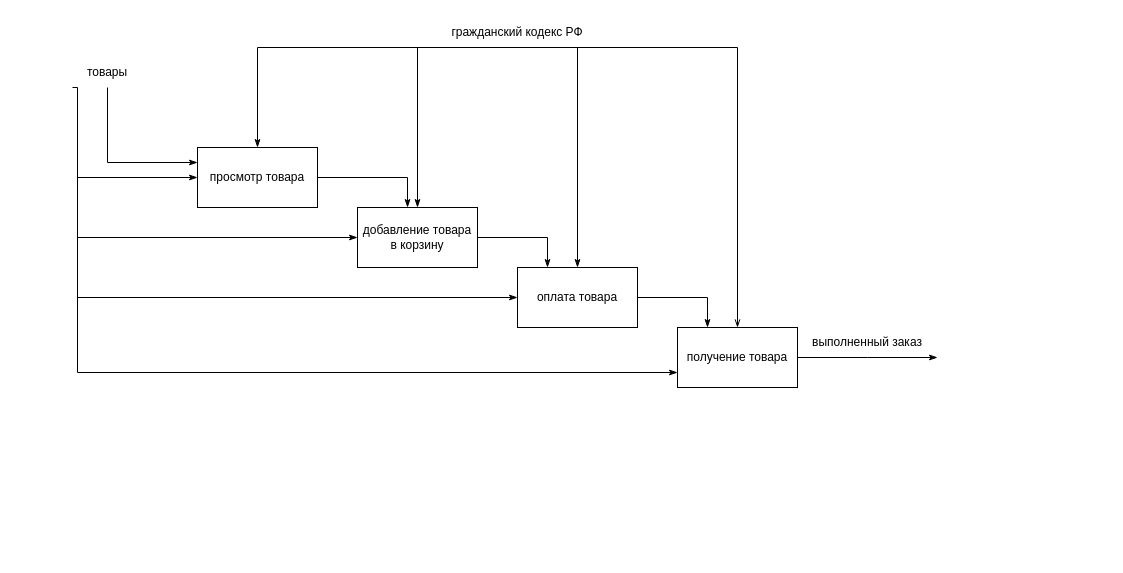
ValeriaLebedeva/IIDEFOpredmetnayaobl2 keeps this draw.io diagram as Диаграмма без названия.drawio. Above is the earlier version. Source tidied: cells renumbered, new cells numbered last; positions are measured from the earlier drawing's top-left corner, leaving out a move shared by most shapes. Both pictures are drawn from the tidied source at 100%, with x=0, y=0 at pixel (37, 17).
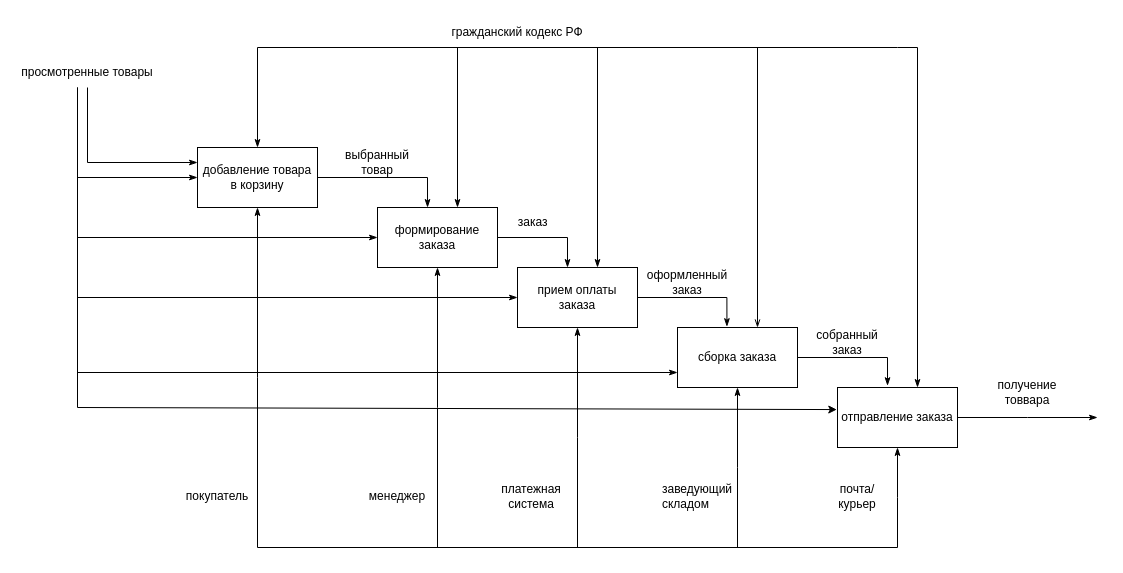
The same diagram, later.

Diff of the diagram source:
```diff
@@
     <mxCell id="4" style="edgeStyle=orthogonalEdgeStyle;rounded=0;jettySize=auto;html=1;entryX=0.417;entryY=0;entryDx=0;entryDy=0;entryPerimeter=0;startArrow=none;startFill=0;endArrow=classicThin;endFill=1;" parent="1" edge="1" source="5" target="9">
-      <mxGeometry relative="1" as="geometry" />
+      <mxGeometry relative="1" as="geometry">
+        <Array as="points">
+          <mxPoint x="390" y="160" />
+          <mxPoint x="390" y="190" />
+        </Array>
+      </mxGeometry>
     </mxCell>
+    <mxCell id="23" style="edgeStyle=orthogonalEdgeStyle;rounded=0;jettySize=auto;html=1;startArrow=classicThin;startFill=1;endArrow=none;endFill=0;" parent="1" edge="1" source="5">
+      <mxGeometry relative="1" as="geometry">
+        <mxPoint x="220" y="530" as="targetPoint" />
+      </mxGeometry>
+    </mxCell>
-    <mxCell id="5" value="просмотр товара" style="rounded=0;whiteSpace=wrap;html=1;" parent="1" vertex="1">
+    <mxCell id="5" value="добавление товара в корзину" style="rounded=0;whiteSpace=wrap;html=1;" parent="1" vertex="1">
       <mxGeometry x="160" y="130" width="120" height="60" as="geometry" />
     </mxCell>
     <mxCell id="6" style="edgeStyle=orthogonalEdgeStyle;rounded=0;jettySize=auto;html=1;endArrow=none;endFill=0;startArrow=classicThin;startFill=1;" parent="1" edge="1" source="9">
       <mxGeometry relative="1" as="geometry">
         <mxPoint x="380" y="30" as="targetPoint" />
+        <Array as="points">
+          <mxPoint x="420" y="30" />
+        </Array>
       </mxGeometry>
     </mxCell>
-    <mxCell id="7" style="edgeStyle=orthogonalEdgeStyle;rounded=0;jettySize=auto;html=1;entryX=0.25;entryY=0;entryDx=0;entryDy=0;startArrow=none;startFill=0;endArrow=classicThin;endFill=1;" parent="1" edge="1" source="9" target="13">
-      <mxGeometry relative="1" as="geometry" />
+    <mxCell id="7" style="edgeStyle=orthogonalEdgeStyle;rounded=0;jettySize=auto;html=1;startArrow=none;startFill=0;endArrow=classicThin;endFill=1;" parent="1" edge="1" source="9" target="13">
+      <mxGeometry relative="1" as="geometry">
+        <Array as="points">
+          <mxPoint x="530" y="220" />
+        </Array>
+      </mxGeometry>
     </mxCell>
@@
+    <mxCell id="24" style="edgeStyle=orthogonalEdgeStyle;rounded=0;jettySize=auto;html=1;endArrow=none;endFill=0;startArrow=classicThin;startFill=1;" parent="1" edge="1" source="9">
+      <mxGeometry relative="1" as="geometry">
+        <mxPoint x="400" y="530" as="targetPoint" />
+      </mxGeometry>
+    </mxCell>
-    <mxCell id="9" value="добавление товара в корзину" style="rounded=0;whiteSpace=wrap;html=1;" parent="1" vertex="1">
-      <mxGeometry x="320" y="190" width="120" height="60" as="geometry" />
+    <mxCell id="9" value="формирование заказа" style="rounded=0;whiteSpace=wrap;html=1;" parent="1" vertex="1">
+      <mxGeometry x="340" y="190" width="120" height="60" as="geometry" />
     </mxCell>
     <mxCell id="10" style="edgeStyle=orthogonalEdgeStyle;rounded=0;jettySize=auto;html=1;endArrow=none;endFill=0;startArrow=classicThin;startFill=1;" parent="1" edge="1" source="13">
       <mxGeometry relative="1" as="geometry">
         <mxPoint x="540" y="30" as="targetPoint" />
+        <Array as="points">
+          <mxPoint x="560" y="30" />
+        </Array>
       </mxGeometry>
     </mxCell>
-    <mxCell id="11" style="edgeStyle=orthogonalEdgeStyle;rounded=0;jettySize=auto;html=1;entryX=0.25;entryY=0;entryDx=0;entryDy=0;startArrow=none;startFill=0;endArrow=classicThin;endFill=1;" parent="1" edge="1" source="13" target="16">
-      <mxGeometry relative="1" as="geometry" />
+    <mxCell id="11" style="edgeStyle=orthogonalEdgeStyle;rounded=0;jettySize=auto;html=1;entryX=0.412;entryY=-0.014;entryDx=0;entryDy=0;startArrow=none;startFill=0;endArrow=classicThin;endFill=1;entryPerimeter=0;" parent="1" edge="1" source="13" target="16">
+      <mxGeometry relative="1" as="geometry">
+        <Array as="points">
+          <mxPoint x="690" y="280" />
+          <mxPoint x="690" y="309" />
+        </Array>
+      </mxGeometry>
     </mxCell>
@@
+    <mxCell id="25" style="edgeStyle=orthogonalEdgeStyle;rounded=0;jettySize=auto;html=1;startArrow=classicThin;startFill=1;endArrow=none;endFill=0;" parent="1" edge="1" source="13">
+      <mxGeometry relative="1" as="geometry">
+        <mxPoint x="540" y="530" as="targetPoint" />
+      </mxGeometry>
+    </mxCell>
-    <mxCell id="13" value="оплата товара" style="rounded=0;whiteSpace=wrap;html=1;" parent="1" vertex="1">
+    <mxCell id="13" value="прием оплаты заказа" style="rounded=0;whiteSpace=wrap;html=1;" parent="1" vertex="1">
       <mxGeometry x="480" y="250" width="120" height="60" as="geometry" />
     </mxCell>
     <mxCell id="14" style="edgeStyle=orthogonalEdgeStyle;rounded=0;jettySize=auto;html=1;endArrow=none;endFill=0;startArrow=openThin;startFill=0;" parent="1" edge="1" source="16">
       <mxGeometry relative="1" as="geometry">
         <mxPoint x="700" y="30" as="targetPoint" />
+        <Array as="points">
+          <mxPoint x="720" y="30" />
+        </Array>
       </mxGeometry>
     </mxCell>
-    <mxCell id="15" style="edgeStyle=orthogonalEdgeStyle;rounded=0;jettySize=auto;html=1;startArrow=none;startFill=0;endArrow=classicThin;endFill=1;" parent="1" edge="1" source="16">
-      <mxGeometry relative="1" as="geometry">
-        <mxPoint x="900" y="340" as="targetPoint" />
-      </mxGeometry>
-    </mxCell>
+    <mxCell id="26" style="edgeStyle=orthogonalEdgeStyle;rounded=0;jettySize=auto;html=1;startArrow=classicThin;startFill=1;endArrow=none;endFill=0;" parent="1" edge="1" source="16">
+      <mxGeometry relative="1" as="geometry">
+        <mxPoint x="700" y="530" as="targetPoint" />
+      </mxGeometry>
+    </mxCell>
+    <mxCell id="27" style="edgeStyle=orthogonalEdgeStyle;rounded=0;jettySize=auto;html=1;entryX=0.417;entryY=-0.03;entryDx=0;entryDy=0;startArrow=none;startFill=0;endArrow=classicThin;endFill=1;entryPerimeter=0;" parent="1" edge="1" source="16" target="39">
+      <mxGeometry relative="1" as="geometry">
+        <Array as="points">
+          <mxPoint x="850" y="340" />
+        </Array>
+      </mxGeometry>
+    </mxCell>
-    <mxCell id="16" value="получение товара" style="rounded=0;whiteSpace=wrap;html=1;" parent="1" vertex="1">
+    <mxCell id="16" value="сборка заказа" style="rounded=0;whiteSpace=wrap;html=1;" parent="1" vertex="1">
       <mxGeometry x="640" y="310" width="120" height="60" as="geometry" />
     </mxCell>
@@
-    <mxCell id="18" style="edgeStyle=orthogonalEdgeStyle;rounded=0;jettySize=auto;html=1;exitX=0.25;exitY=1;exitDx=0;exitDy=0;entryX=0;entryY=0.75;entryDx=0;entryDy=0;startArrow=none;startFill=0;endArrow=classicThin;endFill=1;" parent="1" edge="1" source="19" target="16">
+    <mxCell id="18" style="edgeStyle=orthogonalEdgeStyle;rounded=0;jettySize=auto;html=1;entryX=0;entryY=0.75;entryDx=0;entryDy=0;startArrow=none;startFill=0;endArrow=classicThin;endFill=1;" parent="1" edge="1" target="16">
       <mxGeometry relative="1" as="geometry">
+        <mxPoint x="40" y="80" as="sourcePoint" />
         <Array as="points">
           <mxPoint x="40" y="70" />
           <mxPoint x="40" y="355" />
         </Array>
       </mxGeometry>
     </mxCell>
-    <mxCell id="19" value="товары" style="text;html=1;strokeColor=none;fillColor=none;align=center;verticalAlign=middle;whiteSpace=wrap;rounded=0;" parent="1" vertex="1">
-      <mxGeometry y="40" width="140" height="30" as="geometry" />
+    <mxCell id="19" value="просмотренные товары" style="text;html=1;strokeColor=none;fillColor=none;align=center;verticalAlign=middle;whiteSpace=wrap;rounded=0;" parent="1" vertex="1">
+      <mxGeometry x="-20" y="40" width="140" height="30" as="geometry" />
     </mxCell>
     <mxCell id="20" style="endArrow=none;html=1;rounded=0;" parent="1" edge="1">
       <mxGeometry relative="1" as="geometry">
         <mxPoint x="220" y="30" as="sourcePoint" />
-        <mxPoint x="700" y="30" as="targetPoint" />
+        <mxPoint x="860" y="30" as="targetPoint" />
       </mxGeometry>
     </mxCell>
-    <mxCell id="21" value="выполненный заказ" style="text;html=1;strokeColor=none;fillColor=none;align=center;verticalAlign=middle;whiteSpace=wrap;rounded=0;" parent="1" vertex="1">
-      <mxGeometry x="770" y="310" width="120" height="30" as="geometry" />
+    <mxCell id="21" value="собранный &lt;br&gt;заказ" style="text;html=1;strokeColor=none;fillColor=none;align=center;verticalAlign=middle;whiteSpace=wrap;rounded=0;" parent="1" vertex="1">
+      <mxGeometry x="750" y="310" width="120" height="30" as="geometry" />
     </mxCell>
@@
+    <mxCell id="28" value="выбранный &lt;br&gt;товар" style="text;html=1;strokeColor=none;fillColor=none;align=center;verticalAlign=middle;whiteSpace=wrap;rounded=0;" parent="1" vertex="1">
+      <mxGeometry x="280" y="130" width="120" height="30" as="geometry" />
+    </mxCell>
+    <mxCell id="29" value="&amp;nbsp;заказ" style="text;html=1;strokeColor=none;fillColor=none;align=center;verticalAlign=middle;whiteSpace=wrap;rounded=0;" parent="1" vertex="1">
+      <mxGeometry x="464" y="190" width="60" height="30" as="geometry" />
+    </mxCell>
+    <mxCell id="30" value="оформленный заказ" style="text;html=1;strokeColor=none;fillColor=none;align=center;verticalAlign=middle;whiteSpace=wrap;rounded=0;" parent="1" vertex="1">
+      <mxGeometry x="620" y="250" width="60" height="30" as="geometry" />
+    </mxCell>
+    <mxCell id="31" style="endArrow=none;html=1;rounded=0;endFill=0;" parent="1" edge="1">
+      <mxGeometry relative="1" as="geometry">
+        <mxPoint x="220" y="530" as="sourcePoint" />
+        <mxPoint x="860" y="530" as="targetPoint" />
+      </mxGeometry>
+    </mxCell>
+    <mxCell id="32" value="покупатель" style="text;html=1;strokeColor=none;fillColor=none;align=center;verticalAlign=middle;whiteSpace=wrap;rounded=0;" parent="1" vertex="1">
+      <mxGeometry x="150" y="464" width="60" height="30" as="geometry" />
+    </mxCell>
+    <mxCell id="33" value="менеджер" style="text;html=1;strokeColor=none;fillColor=none;align=center;verticalAlign=middle;whiteSpace=wrap;rounded=0;" parent="1" vertex="1">
+      <mxGeometry x="330" y="464" width="60" height="30" as="geometry" />
+    </mxCell>
+    <mxCell id="34" value="платежная система" style="text;html=1;strokeColor=none;fillColor=none;align=center;verticalAlign=middle;whiteSpace=wrap;rounded=0;" parent="1" vertex="1">
+      <mxGeometry x="464" y="464" width="60" height="30" as="geometry" />
+    </mxCell>
+    <mxCell id="35" value="&lt;div style=&quot;text-align: start;&quot;&gt;заведующий складом&lt;/div&gt;" style="text;html=1;strokeColor=none;fillColor=none;align=center;verticalAlign=middle;whiteSpace=wrap;rounded=0;" parent="1" vertex="1">
+      <mxGeometry x="630" y="464" width="60" height="30" as="geometry" />
+    </mxCell>
+    <mxCell id="36" style="edgeStyle=orthogonalEdgeStyle;rounded=0;jettySize=auto;html=1;startArrow=classicThin;startFill=1;endArrow=none;endFill=0;" parent="1" edge="1" source="39">
+      <mxGeometry relative="1" as="geometry">
+        <mxPoint x="860" y="30" as="targetPoint" />
+        <Array as="points">
+          <mxPoint x="880" y="30" />
+        </Array>
+      </mxGeometry>
+    </mxCell>
+    <mxCell id="37" style="edgeStyle=orthogonalEdgeStyle;rounded=0;jettySize=auto;html=1;startArrow=classicThin;startFill=1;endArrow=none;endFill=0;" parent="1" edge="1" source="39">
+      <mxGeometry relative="1" as="geometry">
+        <mxPoint x="860" y="530" as="targetPoint" />
+      </mxGeometry>
+    </mxCell>
+    <mxCell id="38" style="edgeStyle=orthogonalEdgeStyle;rounded=0;jettySize=auto;html=1;startArrow=none;startFill=0;endArrow=classicThin;endFill=1;" parent="1" edge="1" source="39">
+      <mxGeometry relative="1" as="geometry">
+        <mxPoint x="1060" y="400" as="targetPoint" />
+      </mxGeometry>
+    </mxCell>
+    <mxCell id="39" value="отправление заказа" style="rounded=0;whiteSpace=wrap;html=1;" parent="1" vertex="1">
+      <mxGeometry x="800" y="370" width="120" height="60" as="geometry" />
+    </mxCell>
+    <mxCell id="40" value="почта/курьер" style="text;html=1;strokeColor=none;fillColor=none;align=center;verticalAlign=middle;whiteSpace=wrap;rounded=0;" parent="1" vertex="1">
+      <mxGeometry x="790" y="464" width="60" height="30" as="geometry" />
+    </mxCell>
+    <mxCell id="41" value="получение товвара" style="text;html=1;strokeColor=none;fillColor=none;align=center;verticalAlign=middle;whiteSpace=wrap;rounded=0;" parent="1" vertex="1">
+      <mxGeometry x="960" y="360" width="60" height="30" as="geometry" />
+    </mxCell>
+    <mxCell id="42" style="endArrow=none;html=1;rounded=0;" parent="1" edge="1">
+      <mxGeometry relative="1" as="geometry">
+        <mxPoint x="40" y="390" as="sourcePoint" />
+        <mxPoint x="40" y="350" as="targetPoint" />
+      </mxGeometry>
+    </mxCell>
+    <mxCell id="43" style="endArrow=classic;html=1;rounded=0;entryX=-0.006;entryY=0.368;entryDx=0;entryDy=0;entryPerimeter=0;" parent="1" edge="1" target="39">
+      <mxGeometry relative="1" as="geometry">
+        <mxPoint x="40" y="390" as="sourcePoint" />
+      </mxGeometry>
+    </mxCell>
```
